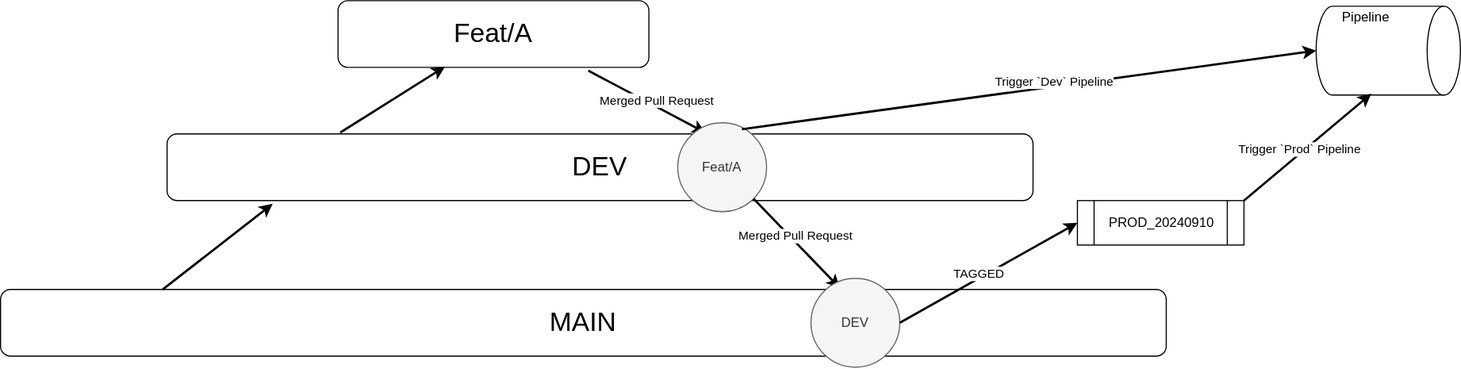
Earlier version of the draw.io export branching.svg (pimenvibritania/infrastructure-gcp-app). Source tidied: cells renumbered, new cells last; positions are measured from the earlier drawing's top-left corner, leaving out a move shared by most shapes.
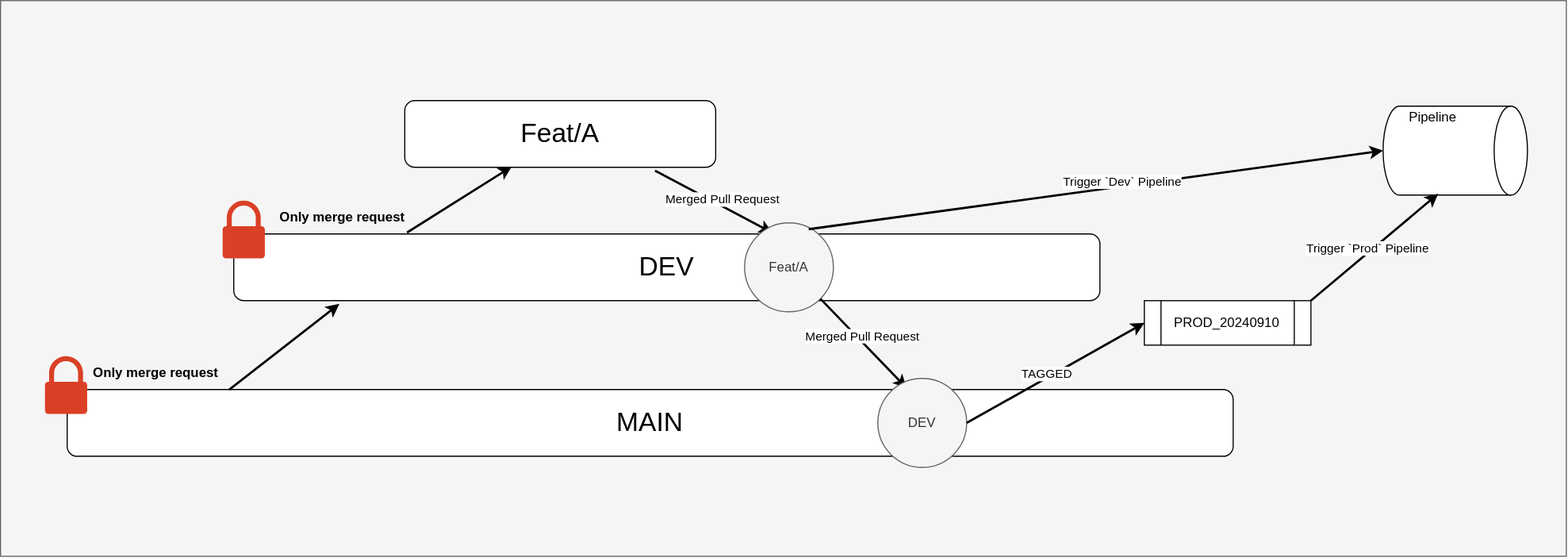
The same diagram one commit later.

The edit, as a diff of the source:
```diff
@@ -2,6 +2,9 @@
   <root>
     <mxCell id="0" />
     <mxCell id="1" parent="0" />
+    <mxCell id="22" style="rounded=0;whiteSpace=wrap;html=1;fillColor=#f5f5f5;fontColor=#333333;strokeColor=#666666;" parent="1" vertex="1">
+      <mxGeometry x="-60" y="-70" width="1410" height="500" as="geometry" />
+    </mxCell>
     <mxCell id="2" value="&lt;font style=&quot;font-size: 24px;&quot;&gt;MAIN&lt;/font&gt;" style="rounded=1;whiteSpace=wrap;html=1;" parent="1" vertex="1">
       <mxGeometry y="280" width="1050" height="60" as="geometry" />
     </mxCell>
@@ -68,5 +71,17 @@
         <mxPoint y="-1" as="offset" />
       </mxGeometry>
     </mxCell>
+    <mxCell id="23" style="sketch=0;shadow=0;dashed=0;html=1;strokeColor=none;labelPosition=center;verticalLabelPosition=bottom;verticalAlign=top;align=center;shape=mxgraph.office.security.lock_protected;fillColor=#DA4026;" parent="1" vertex="1">
+      <mxGeometry x="-20" y="250" width="38" height="52" as="geometry" />
+    </mxCell>
+    <mxCell id="24" style="sketch=0;shadow=0;dashed=0;html=1;strokeColor=none;labelPosition=center;verticalLabelPosition=bottom;verticalAlign=top;align=center;shape=mxgraph.office.security.lock_protected;fillColor=#DA4026;" parent="1" vertex="1">
+      <mxGeometry x="140" y="110" width="38" height="52" as="geometry" />
+    </mxCell>
+    <mxCell id="25" value="&lt;b&gt;Only merge request&lt;/b&gt;" style="text;html=1;align=center;verticalAlign=middle;whiteSpace=wrap;rounded=0;" parent="1" vertex="1">
+      <mxGeometry x="10" y="250" width="140" height="30" as="geometry" />
+    </mxCell>
+    <mxCell id="26" value="&lt;b&gt;Only merge request&lt;/b&gt;" style="text;html=1;align=center;verticalAlign=middle;whiteSpace=wrap;rounded=0;" parent="1" vertex="1">
+      <mxGeometry x="178" y="110" width="140" height="30" as="geometry" />
+    </mxCell>
   </root>
 </mxGraphModel>
```
